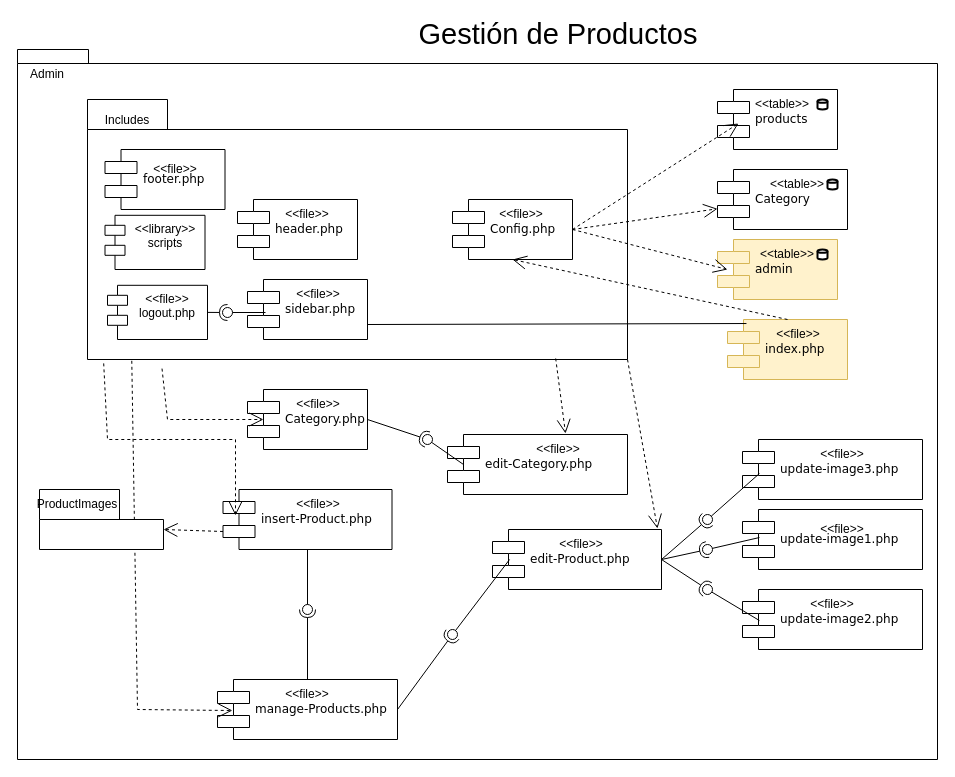
JorgeADnro/Torres keeps this draw.io diagram as Diagramas/ComponentesNuevoMich.drawio. Above is the earlier version. Source tidied: cells renumbered, new cells numbered last; positions are measured from the earlier drawing's top-left corner, leaving out a move shared by most shapes. Both pictures are drawn from the tidied source at 100%, with x=0, y=0 at pixel (17, 19).
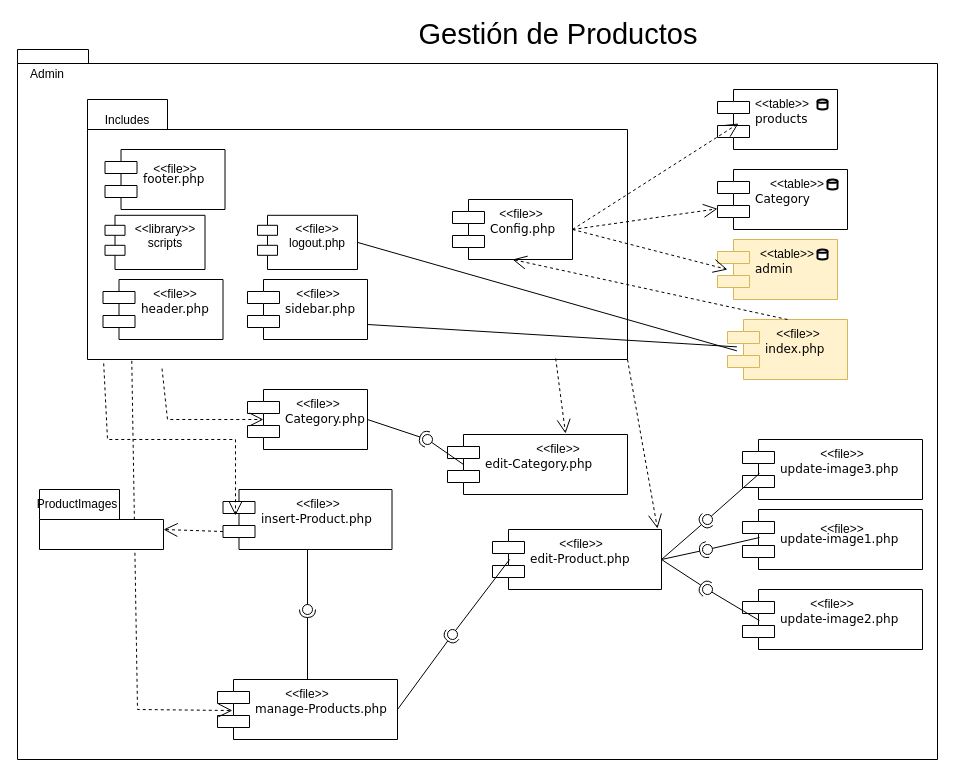
After the change.

Unchanged cells that the change refers to:
```xml
<mxCell id="14" value="index.php" style="shape=component;align=left;spacingLeft=36;rounded=0;shadow=0;comic=0;labelBackgroundColor=none;strokeWidth=1;fontFamily=Verdana;fontSize=12;html=1;fillColor=#fff2cc;strokeColor=#d6b656;" parent="1" vertex="1">
  <mxGeometry x="710" y="300" width="120" height="60" as="geometry" />
</mxCell>
<mxCell id="36" value="sidebar.php" style="shape=component;align=left;spacingLeft=36;rounded=0;shadow=0;comic=0;labelBackgroundColor=none;strokeWidth=1;fontFamily=Verdana;fontSize=12;html=1;" parent="1" vertex="1">
  <mxGeometry x="230" y="260" width="120" height="60" as="geometry" />
</mxCell>
```

Change to the diagram source:
```diff
@@
     <mxCell id="7" value="header.php" style="shape=component;align=left;spacingLeft=36;rounded=0;shadow=0;comic=0;labelBackgroundColor=none;strokeWidth=1;fontFamily=Verdana;fontSize=12;html=1;" parent="1" vertex="1">
-      <mxGeometry x="220" y="180" width="120" height="60" as="geometry" />
+      <mxGeometry x="85.5" y="260" width="120" height="60" as="geometry" />
     </mxCell>
@@
     <mxCell id="12" value="&amp;lt;&amp;lt;file&amp;gt;&amp;gt;" style="text;html=1;strokeColor=none;fillColor=none;align=center;verticalAlign=middle;whiteSpace=wrap;rounded=0;" parent="1" vertex="1">
-      <mxGeometry x="260" y="180" width="60" height="30" as="geometry" />
+      <mxGeometry x="127.5" y="260" width="60" height="30" as="geometry" />
     </mxCell>
@@
-    <mxCell id="37" style="endArrow=none;html=1;rounded=0;entryX=0.158;entryY=0.067;entryDx=0;entryDy=0;exitX=1;exitY=0.75;exitDx=0;exitDy=0;entryPerimeter=0;" parent="1" edge="1" source="36" target="14">
+    <mxCell id="37" style="endArrow=none;html=1;rounded=0;entryX=0.078;entryY=0.456;entryDx=0;entryDy=0;exitX=1;exitY=0.75;exitDx=0;exitDy=0;entryPerimeter=0;" parent="1" edge="1" source="36" target="14">
       <mxGeometry relative="1" as="geometry" />
     </mxCell>
@@
     <mxCell id="74" value="&amp;lt;&amp;lt;file&amp;gt;&amp;gt;&lt;br&gt;logout.php" style="shape=module;align=left;spacingLeft=20;align=center;verticalAlign=top;whiteSpace=wrap;html=1;" parent="1" vertex="1">
-      <mxGeometry x="90" y="265.8" width="100" height="54.2" as="geometry" />
+      <mxGeometry x="240" y="195.8" width="100" height="54.2" as="geometry" />
     </mxCell>
@@
-    <mxCell id="76" style="rounded=0;jettySize=auto;html=1;endArrow=halfCircle;endFill=0;endSize=6;strokeWidth=1;sketch=0;exitX=1;exitY=0.5;exitDx=0;exitDy=0;" parent="1" edge="1" source="74">
-      <mxGeometry relative="1" as="geometry">
-        <mxPoint x="210" y="293" as="targetPoint" />
-      </mxGeometry>
-    </mxCell>
-    <mxCell id="77" style="rounded=0;jettySize=auto;html=1;endArrow=oval;endFill=0;sketch=0;sourcePerimeterSpacing=0;targetPerimeterSpacing=0;endSize=10;exitX=0.15;exitY=0.55;exitDx=0;exitDy=0;exitPerimeter=0;" parent="1" edge="1" source="36">
-      <mxGeometry relative="1" as="geometry">
-        <mxPoint x="210" y="293" as="targetPoint" />
-      </mxGeometry>
-    </mxCell>
@@
+    <mxCell id="81" style="endArrow=none;html=1;rounded=0;entryX=0.078;entryY=0.522;entryDx=0;entryDy=0;exitX=1;exitY=0.5;exitDx=0;exitDy=0;entryPerimeter=0;" parent="1" edge="1" source="74" target="14">
+      <mxGeometry relative="1" as="geometry" />
+    </mxCell>
```
